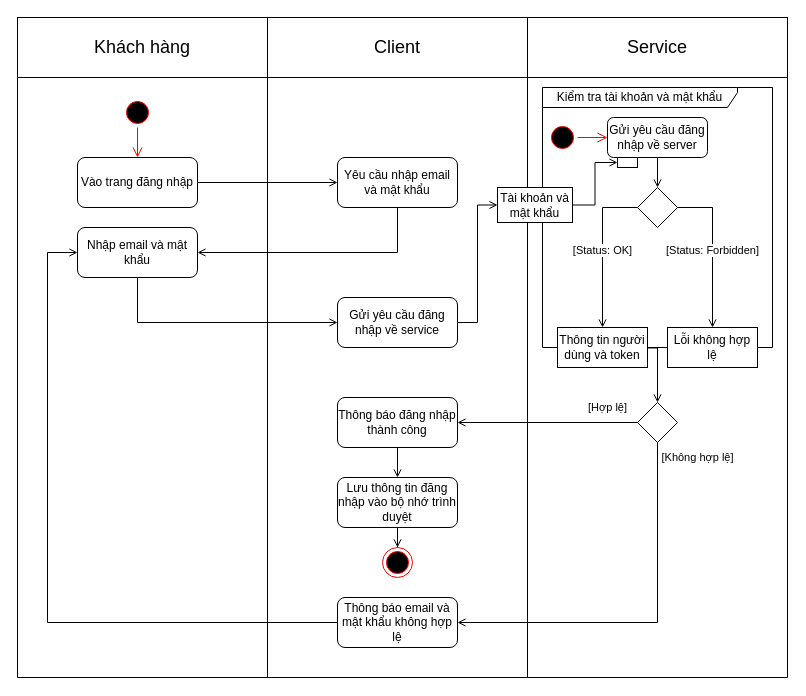
BlenDMinh/PBL03 keeps this draw.io diagram as page "Activity Diagram (Login)" (3 of 12) of document/diagram/PBL03.drawio. Above is the earlier version. Source tidied: cells renumbered, new cells numbered last; positions are measured from the earlier drawing's top-left corner, leaving out a move shared by most shapes. Both pictures are drawn from the tidied source at 100%, with x=0, y=0 at pixel (17, 17).
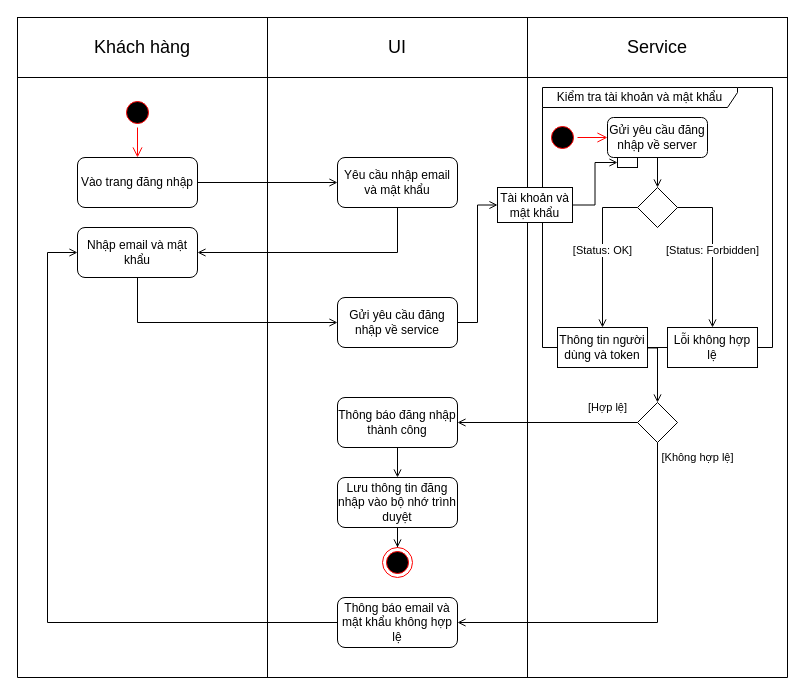
After the change.

Change to the diagram source:
```diff
@@
-    <mxCell id="6" value="&lt;font style=&quot;font-size: 18px;&quot;&gt;Client&lt;/font&gt;" style="rounded=0;whiteSpace=wrap;html=1;" parent="1" vertex="1">
+    <mxCell id="6" value="&lt;span style=&quot;font-size: 18px;&quot;&gt;UI&lt;/span&gt;" style="rounded=0;whiteSpace=wrap;html=1;" parent="1" vertex="1">
       <mxGeometry x="250" width="260" height="60" as="geometry" />
     </mxCell>
```
